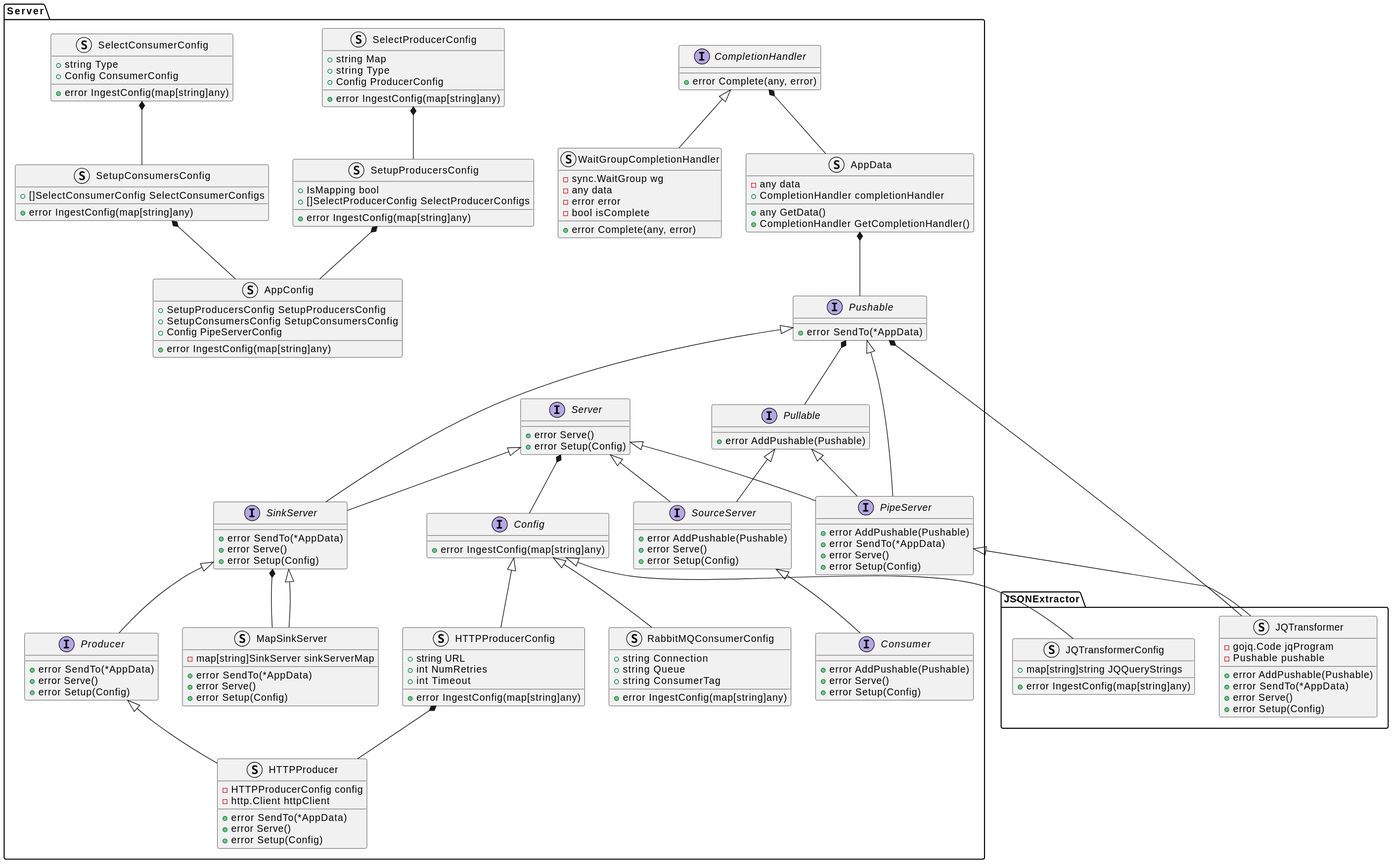
Earlier version of the PlantUML export docs/design_notes/DN1_JSON_Extractor/class_diagram.svg (xtuml/otel2pv).
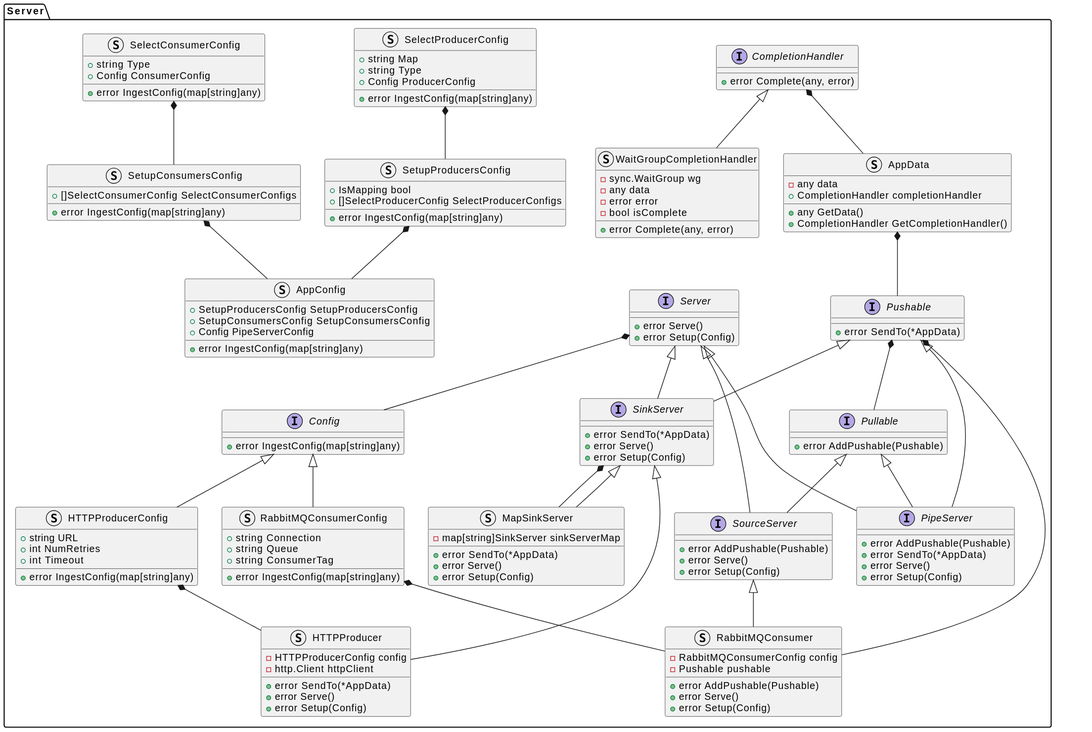
After the change.

Change to the diagram source:
```diff
@@ -1,18 +1,4 @@
 @startuml
-namespace JSONExtractor {
-    struct JQTransformerConfig {
-        +map[string]string JQQueryStrings
-        +error IngestConfig(map[string]any)
-    }
-    struct JQTransformer {
-        -gojq.Code jqProgram
-        -Pushable pushable
-        +error AddPushable(Pushable)
-        +error SendTo(*AppData)
-        +error Serve()
-        +error Setup(Config)
-    }
-}
 namespace Server {
     interface CompletionHandler {
         +error Complete(any, error)
@@ -56,11 +42,6 @@
         +error Serve()
         +error Setup(Config)
     }
-    interface Producer {
-        +error SendTo(*AppData)
-        +error Serve()
-        +error Setup(Config)
-    }
     struct HTTPProducer {
         -HTTPProducerConfig config
         -http.Client httpClient
@@ -68,7 +49,9 @@
         +error Serve()
         +error Setup(Config)
     }
-    interface Consumer {
+    struct RabbitMQConsumer {
+        -RabbitMQConsumerConfig config
+        -Pushable pushable
         +error AddPushable(Pushable)
         +error Serve()
         +error Setup(Config)
@@ -133,23 +116,20 @@
 Server.Pullable <|-- Server.PipeServer
 Server.Server <|-- Server.PipeServer
 
-Server.SinkServer <|-- Server.Producer
+Server.SinkServer <|-- Server.HTTPProducer
 Server.SinkServer *-- Server.MapSinkServer
 Server.SinkServer <|-- Server.MapSinkServer
-Server.SourceServer <|-- Server.Consumer
-
-Server.PipeServer <|-- JSONExtractor.JQTransformer
-Server.Pushable *-- JSONExtractor.JQTransformer
+Server.SourceServer <|-- Server.RabbitMQConsumer
+Server.Pushable *-- Server.RabbitMQConsumer
 
 
 Server.Server *-- Server.Config
-Server.Config <|-- JSONExtractor.JQTransformerConfig
 Server.Config <|-- Server.HTTPProducerConfig
 Server.Config <|-- Server.RabbitMQConsumerConfig
 Server.SetupProducersConfig *-- Server.AppConfig
 Server.SetupConsumersConfig *-- Server.AppConfig
 Server.SelectProducerConfig *-- Server.SetupProducersConfig
 Server.SelectConsumerConfig *-- Server.SetupConsumersConfig
-Server.Producer <|-- Server.HTTPProducer
 Server.HTTPProducerConfig *-- Server.HTTPProducer
+Server.RabbitMQConsumerConfig *-- Server.RabbitMQConsumer
 @enduml
```
